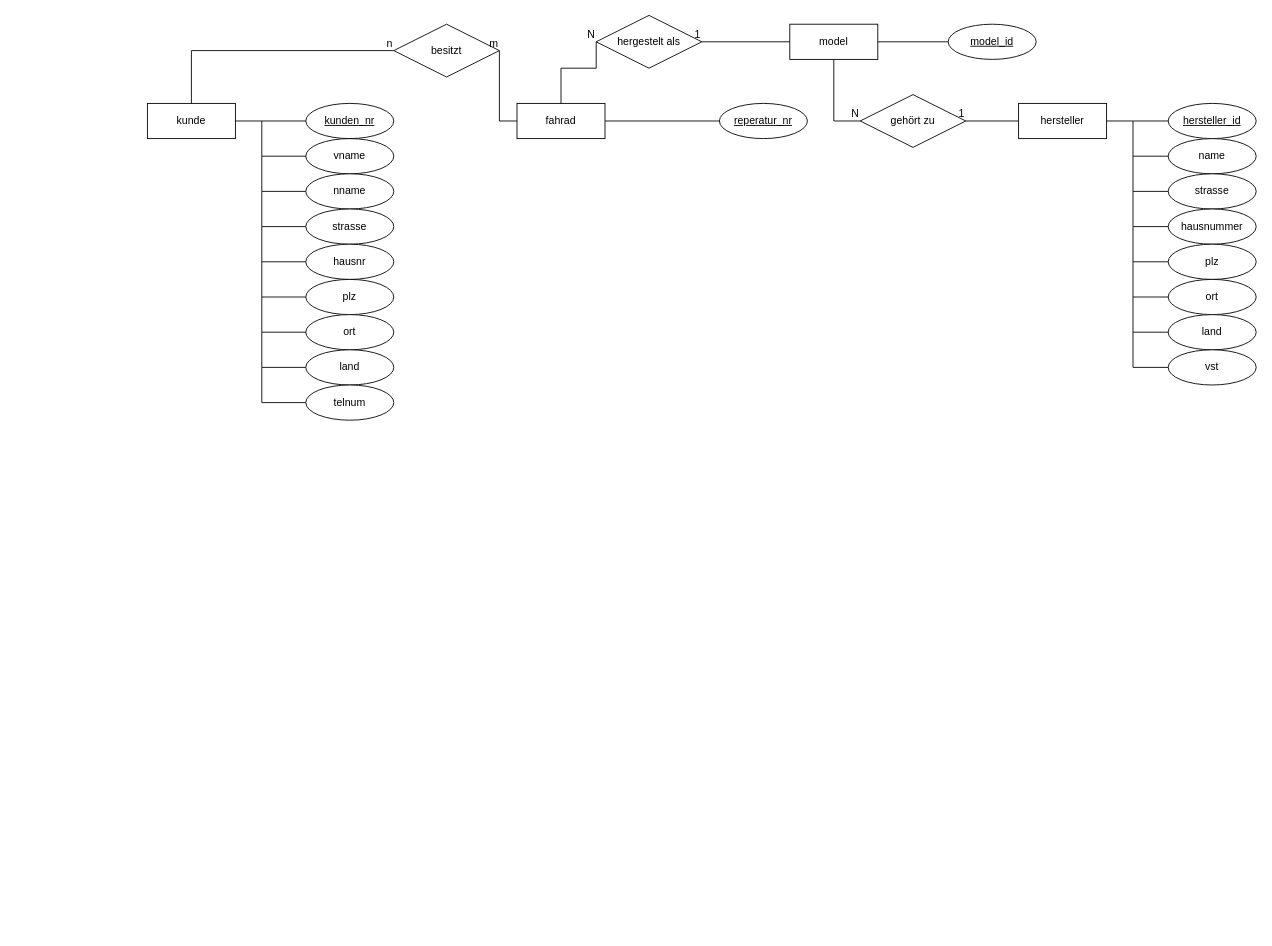
Earlier version of the draw.io diagram Drites AusbildungsJahr/P-AS/tabellen db-5.drawio (comboomPunkTsucht/OSZIMT-repo-ITA12_aps). Source tidied: cells renumbered, new cells numbered last; positions are measured from the earlier drawing's top-left corner, leaving out a move shared by most shapes. Both pictures are drawn from the tidied source at 88%, with x=0, y=0 at pixel (147, 15).
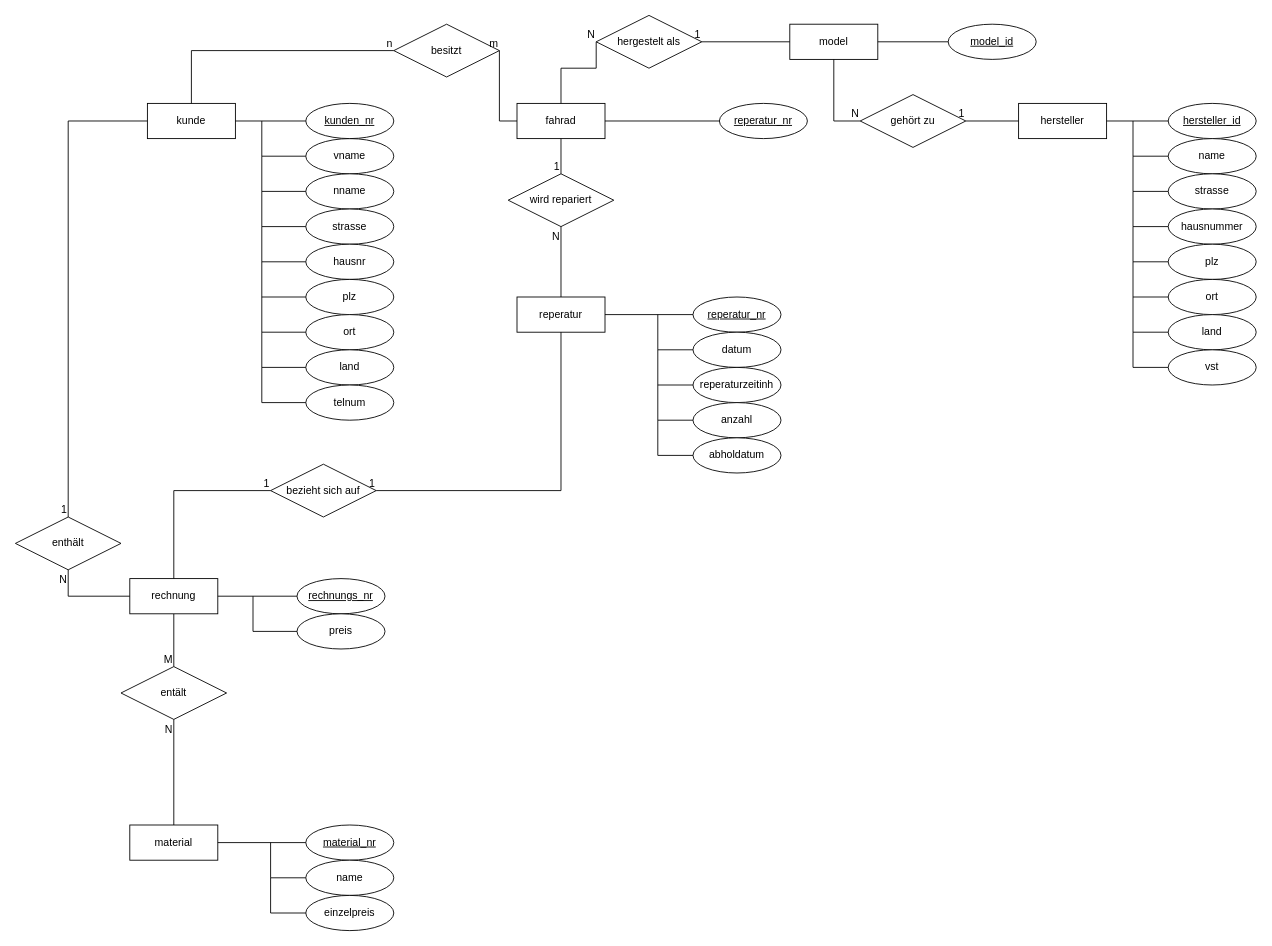
The same page after the edit.

The change refers to these unchanged cells:
```xml
<mxCell id="2" value="kunde" style="whiteSpace=wrap;html=1;align=center;" parent="1" vertex="1">
  <mxGeometry y="100" width="100" height="40" as="geometry" />
</mxCell>
<mxCell id="21" value="fahrad" style="whiteSpace=wrap;html=1;align=center;" parent="1" vertex="1">
  <mxGeometry x="420" y="100" width="100" height="40" as="geometry" />
</mxCell>
```

Change to the diagram source:
```diff
@@
+    <mxCell id="59" value="reperatur" style="whiteSpace=wrap;html=1;align=center;" parent="1" vertex="1">
+      <mxGeometry x="420" y="320" width="100" height="40" as="geometry" />
+    </mxCell>
+    <mxCell id="60" value="reperatur_nr" style="ellipse;whiteSpace=wrap;html=1;align=center;fontStyle=4;" parent="1" vertex="1">
+      <mxGeometry x="620" y="320" width="100" height="40" as="geometry" />
+    </mxCell>
+    <mxCell id="61" value="datum" style="ellipse;whiteSpace=wrap;html=1;align=center;" parent="1" vertex="1">
+      <mxGeometry x="620" y="360" width="100" height="40" as="geometry" />
+    </mxCell>
+    <mxCell id="62" value="reperaturzeitinh" style="ellipse;whiteSpace=wrap;html=1;align=center;" parent="1" vertex="1">
+      <mxGeometry x="620" y="400" width="100" height="40" as="geometry" />
+    </mxCell>
+    <mxCell id="63" value="anzahl" style="ellipse;whiteSpace=wrap;html=1;align=center;" parent="1" vertex="1">
+      <mxGeometry x="620" y="440" width="100" height="40" as="geometry" />
+    </mxCell>
+    <mxCell id="64" value="abholdatum" style="ellipse;whiteSpace=wrap;html=1;align=center;" parent="1" vertex="1">
+      <mxGeometry x="620" y="480" width="100" height="40" as="geometry" />
+    </mxCell>
+    <mxCell id="65" style="endArrow=none;html=1;rounded=0;entryX=0;entryY=0.5;entryDx=0;entryDy=0;exitX=1;exitY=0.5;exitDx=0;exitDy=0;" parent="1" edge="1" source="59" target="60">
+      <mxGeometry relative="1" as="geometry" />
+    </mxCell>
+    <mxCell id="66" style="endArrow=none;html=1;rounded=0;entryX=0;entryY=0.5;entryDx=0;entryDy=0;" parent="1" edge="1">
+      <mxGeometry relative="1" as="geometry">
+        <mxPoint x="580" y="340" as="sourcePoint" />
+        <mxPoint x="620" y="380" as="targetPoint" />
+        <Array as="points">
+          <mxPoint x="580" y="380" />
+        </Array>
+      </mxGeometry>
+    </mxCell>
+    <mxCell id="67" style="endArrow=none;html=1;rounded=0;entryX=0;entryY=0.5;entryDx=0;entryDy=0;" parent="1" edge="1">
+      <mxGeometry relative="1" as="geometry">
+        <mxPoint x="580" y="380" as="sourcePoint" />
+        <mxPoint x="620" y="420" as="targetPoint" />
+        <Array as="points">
+          <mxPoint x="580" y="420" />
+        </Array>
+      </mxGeometry>
+    </mxCell>
+    <mxCell id="68" style="endArrow=none;html=1;rounded=0;entryX=0;entryY=0.5;entryDx=0;entryDy=0;" parent="1" edge="1">
+      <mxGeometry relative="1" as="geometry">
+        <mxPoint x="580" y="420" as="sourcePoint" />
+        <mxPoint x="620" y="460" as="targetPoint" />
+        <Array as="points">
+          <mxPoint x="580" y="460" />
+        </Array>
+      </mxGeometry>
+    </mxCell>
+    <mxCell id="69" style="endArrow=none;html=1;rounded=0;entryX=0;entryY=0.5;entryDx=0;entryDy=0;" parent="1" edge="1">
+      <mxGeometry relative="1" as="geometry">
+        <mxPoint x="580" y="460" as="sourcePoint" />
+        <mxPoint x="620" y="500" as="targetPoint" />
+        <Array as="points">
+          <mxPoint x="580" y="500" />
+        </Array>
+      </mxGeometry>
+    </mxCell>
+    <mxCell id="70" value="wird repariert" style="shape=rhombus;perimeter=rhombusPerimeter;whiteSpace=wrap;html=1;align=center;" parent="1" vertex="1">
+      <mxGeometry x="410" y="180" width="120" height="60" as="geometry" />
+    </mxCell>
+    <mxCell id="71" style="endArrow=none;html=1;rounded=0;exitX=0.5;exitY=1;exitDx=0;exitDy=0;entryX=0.5;entryY=0;entryDx=0;entryDy=0;" parent="1" edge="1" source="21" target="70">
+      <mxGeometry relative="1" as="geometry" />
+    </mxCell>
+    <mxCell id="72" value="1" style="html=1;whiteSpace=wrap;align=right;verticalAlign=bottom;" parent="71" vertex="1">
+      <mxGeometry x="1" relative="1" as="geometry" />
+    </mxCell>
+    <mxCell id="73" style="endArrow=none;html=1;rounded=0;entryX=0.5;entryY=1;entryDx=0;entryDy=0;exitX=0.5;exitY=0;exitDx=0;exitDy=0;" parent="1" edge="1" source="59" target="70">
+      <mxGeometry relative="1" as="geometry" />
+    </mxCell>
+    <mxCell id="74" value="N" style="html=1;whiteSpace=wrap;align=right;verticalAlign=bottom;" parent="73" vertex="1">
+      <mxGeometry x="1" relative="1" as="geometry">
+        <mxPoint y="20" as="offset" />
+      </mxGeometry>
+    </mxCell>
+    <mxCell id="75" value="entält" style="shape=rhombus;perimeter=rhombusPerimeter;whiteSpace=wrap;html=1;align=center;" parent="1" vertex="1">
+      <mxGeometry x="-30" y="740" width="120" height="60" as="geometry" />
+    </mxCell>
+    <mxCell id="76" value="material" style="whiteSpace=wrap;html=1;align=center;" parent="1" vertex="1">
+      <mxGeometry x="-20" y="920" width="100" height="40" as="geometry" />
+    </mxCell>
+    <mxCell id="77" value="material_nr" style="ellipse;whiteSpace=wrap;html=1;align=center;fontStyle=4;" parent="1" vertex="1">
+      <mxGeometry x="180" y="920" width="100" height="40" as="geometry" />
+    </mxCell>
+    <mxCell id="78" value="name" style="ellipse;whiteSpace=wrap;html=1;align=center;" parent="1" vertex="1">
+      <mxGeometry x="180" y="960" width="100" height="40" as="geometry" />
+    </mxCell>
+    <mxCell id="79" value="einzelpreis" style="ellipse;whiteSpace=wrap;html=1;align=center;" parent="1" vertex="1">
+      <mxGeometry x="180" y="1000" width="100" height="40" as="geometry" />
+    </mxCell>
+    <mxCell id="80" style="endArrow=none;html=1;rounded=0;entryX=0.5;entryY=0;entryDx=0;entryDy=0;exitX=0.5;exitY=1;exitDx=0;exitDy=0;" parent="1" edge="1" source="87" target="75">
+      <mxGeometry relative="1" as="geometry" />
+    </mxCell>
+    <mxCell id="81" value="M" style="html=1;whiteSpace=wrap;align=right;verticalAlign=bottom;" parent="80" vertex="1">
+      <mxGeometry x="1" relative="1" as="geometry" />
+    </mxCell>
+    <mxCell id="82" style="endArrow=none;html=1;rounded=0;entryX=0.5;entryY=1;entryDx=0;entryDy=0;exitX=0.5;exitY=0;exitDx=0;exitDy=0;" parent="1" edge="1" source="76" target="75">
+      <mxGeometry relative="1" as="geometry" />
+    </mxCell>
+    <mxCell id="83" value="N" style="html=1;whiteSpace=wrap;align=right;verticalAlign=bottom;" parent="82" vertex="1">
+      <mxGeometry x="1" relative="1" as="geometry">
+        <mxPoint y="20" as="offset" />
+      </mxGeometry>
+    </mxCell>
+    <mxCell id="84" style="endArrow=none;html=1;rounded=0;entryX=0;entryY=0.5;entryDx=0;entryDy=0;exitX=1;exitY=0.5;exitDx=0;exitDy=0;" parent="1" edge="1" source="76" target="77">
+      <mxGeometry relative="1" as="geometry" />
+    </mxCell>
+    <mxCell id="85" style="endArrow=none;html=1;rounded=0;entryX=0;entryY=0.5;entryDx=0;entryDy=0;" parent="1" edge="1">
+      <mxGeometry relative="1" as="geometry">
+        <mxPoint x="140" y="940" as="sourcePoint" />
+        <mxPoint x="180" y="980" as="targetPoint" />
+        <Array as="points">
+          <mxPoint x="140" y="980" />
+        </Array>
+      </mxGeometry>
+    </mxCell>
+    <mxCell id="86" style="endArrow=none;html=1;rounded=0;entryX=0;entryY=0.5;entryDx=0;entryDy=0;" parent="1" edge="1">
+      <mxGeometry relative="1" as="geometry">
+        <mxPoint x="140" y="980" as="sourcePoint" />
+        <mxPoint x="180" y="1020" as="targetPoint" />
+        <Array as="points">
+          <mxPoint x="140" y="1020" />
+        </Array>
+      </mxGeometry>
+    </mxCell>
+    <mxCell id="87" value="rechnung" style="whiteSpace=wrap;html=1;align=center;" parent="1" vertex="1">
+      <mxGeometry x="-20" y="640" width="100" height="40" as="geometry" />
+    </mxCell>
+    <mxCell id="88" value="rechnungs_nr" style="ellipse;whiteSpace=wrap;html=1;align=center;fontStyle=4;" parent="1" vertex="1">
+      <mxGeometry x="170" y="640" width="100" height="40" as="geometry" />
+    </mxCell>
+    <mxCell id="89" value="preis" style="ellipse;whiteSpace=wrap;html=1;align=center;" parent="1" vertex="1">
+      <mxGeometry x="170" y="680" width="100" height="40" as="geometry" />
+    </mxCell>
+    <mxCell id="90" style="endArrow=none;html=1;rounded=0;exitX=1;exitY=0.5;exitDx=0;exitDy=0;entryX=0;entryY=0.5;entryDx=0;entryDy=0;" parent="1" edge="1" source="87" target="88">
+      <mxGeometry relative="1" as="geometry" />
+    </mxCell>
+    <mxCell id="91" style="endArrow=none;html=1;rounded=0;entryX=0;entryY=0.5;entryDx=0;entryDy=0;" parent="1" edge="1" target="89">
+      <mxGeometry relative="1" as="geometry">
+        <mxPoint x="120" y="660" as="sourcePoint" />
+        <Array as="points">
+          <mxPoint x="120" y="700" />
+        </Array>
+      </mxGeometry>
+    </mxCell>
+    <mxCell id="92" value="enthält" style="shape=rhombus;perimeter=rhombusPerimeter;whiteSpace=wrap;html=1;align=center;" parent="1" vertex="1">
+      <mxGeometry x="-150" y="570" width="120" height="60" as="geometry" />
+    </mxCell>
+    <mxCell id="93" style="endArrow=none;html=1;rounded=0;exitX=0;exitY=0.5;exitDx=0;exitDy=0;entryX=0.5;entryY=1;entryDx=0;entryDy=0;" parent="1" edge="1" source="87" target="92">
+      <mxGeometry relative="1" as="geometry">
+        <Array as="points">
+          <mxPoint x="-90" y="660" />
+        </Array>
+      </mxGeometry>
+    </mxCell>
+    <mxCell id="94" value="N" style="html=1;whiteSpace=wrap;align=right;verticalAlign=bottom;" parent="93" vertex="1">
+      <mxGeometry x="1" relative="1" as="geometry">
+        <mxPoint y="20" as="offset" />
+      </mxGeometry>
+    </mxCell>
+    <mxCell id="95" style="endArrow=none;html=1;rounded=0;exitX=0;exitY=0.5;exitDx=0;exitDy=0;entryX=0.5;entryY=0;entryDx=0;entryDy=0;" parent="1" edge="1" source="2" target="92">
+      <mxGeometry relative="1" as="geometry">
+        <Array as="points">
+          <mxPoint x="-90" y="120" />
+        </Array>
+      </mxGeometry>
+    </mxCell>
+    <mxCell id="96" value="1" style="html=1;whiteSpace=wrap;align=right;verticalAlign=bottom;" parent="95" vertex="1">
+      <mxGeometry x="1" relative="1" as="geometry" />
+    </mxCell>
+    <mxCell id="97" value="bezieht sich auf" style="shape=rhombus;perimeter=rhombusPerimeter;whiteSpace=wrap;html=1;align=center;" parent="1" vertex="1">
+      <mxGeometry x="140" y="510" width="120" height="60" as="geometry" />
+    </mxCell>
+    <mxCell id="98" style="endArrow=none;html=1;rounded=0;entryX=1;entryY=0.5;entryDx=0;entryDy=0;exitX=0.5;exitY=1;exitDx=0;exitDy=0;" parent="1" edge="1" source="59" target="97">
+      <mxGeometry relative="1" as="geometry">
+        <Array as="points">
+          <mxPoint x="470" y="540" />
+        </Array>
+      </mxGeometry>
+    </mxCell>
+    <mxCell id="99" value="1" style="html=1;whiteSpace=wrap;align=right;verticalAlign=bottom;" parent="98" vertex="1">
+      <mxGeometry x="1" relative="1" as="geometry" />
+    </mxCell>
+    <mxCell id="100" style="endArrow=none;html=1;rounded=0;exitX=0.5;exitY=0;exitDx=0;exitDy=0;entryX=0;entryY=0.5;entryDx=0;entryDy=0;" parent="1" edge="1" source="87" target="97">
+      <mxGeometry relative="1" as="geometry">
+        <Array as="points">
+          <mxPoint x="30" y="540" />
+        </Array>
+      </mxGeometry>
+    </mxCell>
+    <mxCell id="101" value="1" style="html=1;whiteSpace=wrap;align=right;verticalAlign=bottom;" parent="100" vertex="1">
+      <mxGeometry x="1" relative="1" as="geometry" />
+    </mxCell>
```
